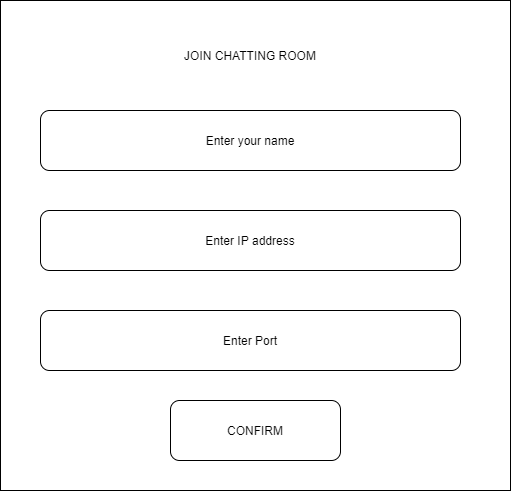
The draw.io diagram join.png in hwngng/P2PChatApp, before a commit. Source tidied: cells renumbered, new cells last; positions are measured from the earlier drawing's top-left corner, leaving out a move shared by most shapes.
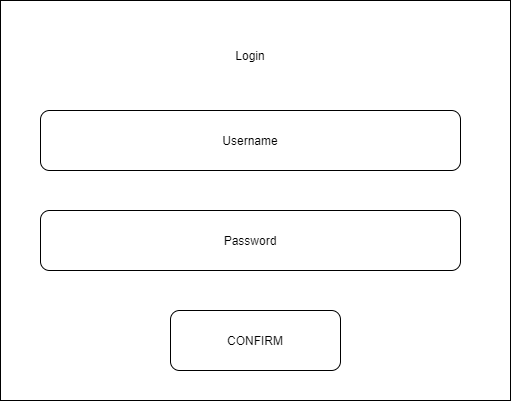
After the commit.

The edit, as a diff of the source:
```diff
@@ -3,21 +3,18 @@
     <mxCell id="0" />
     <mxCell id="1" parent="0" />
     <mxCell id="2" style="rounded=0;whiteSpace=wrap;html=1;" parent="1" vertex="1">
-      <mxGeometry width="510" height="490" as="geometry" />
+      <mxGeometry width="510" height="400" as="geometry" />
     </mxCell>
-    <mxCell id="3" value="Enter your name" style="rounded=1;whiteSpace=wrap;html=1;" parent="1" vertex="1">
+    <mxCell id="3" value="Username" style="rounded=1;whiteSpace=wrap;html=1;" parent="1" vertex="1">
       <mxGeometry x="40" y="110" width="420" height="60" as="geometry" />
     </mxCell>
-    <mxCell id="4" value="Enter IP address" style="rounded=1;whiteSpace=wrap;html=1;" parent="1" vertex="1">
+    <mxCell id="4" value="Password" style="rounded=1;whiteSpace=wrap;html=1;" parent="1" vertex="1">
       <mxGeometry x="40" y="210" width="420" height="60" as="geometry" />
     </mxCell>
-    <mxCell id="5" value="Enter Port" style="rounded=1;whiteSpace=wrap;html=1;" parent="1" vertex="1">
-      <mxGeometry x="40" y="310" width="420" height="60" as="geometry" />
-    </mxCell>
     <mxCell id="6" value="CONFIRM" style="rounded=1;whiteSpace=wrap;html=1;" parent="1" vertex="1">
-      <mxGeometry x="170" y="400" width="170" height="60" as="geometry" />
+      <mxGeometry x="170" y="310" width="170" height="60" as="geometry" />
     </mxCell>
-    <mxCell id="7" value="JOIN CHATTING ROOM" style="text;html=1;strokeColor=none;fillColor=none;align=center;verticalAlign=middle;whiteSpace=wrap;rounded=0;" parent="1" vertex="1">
+    <mxCell id="7" value="Login" style="text;html=1;strokeColor=none;fillColor=none;align=center;verticalAlign=middle;whiteSpace=wrap;rounded=0;" parent="1" vertex="1">
       <mxGeometry x="180" y="30" width="140" height="50" as="geometry" />
     </mxCell>
   </root>
```
